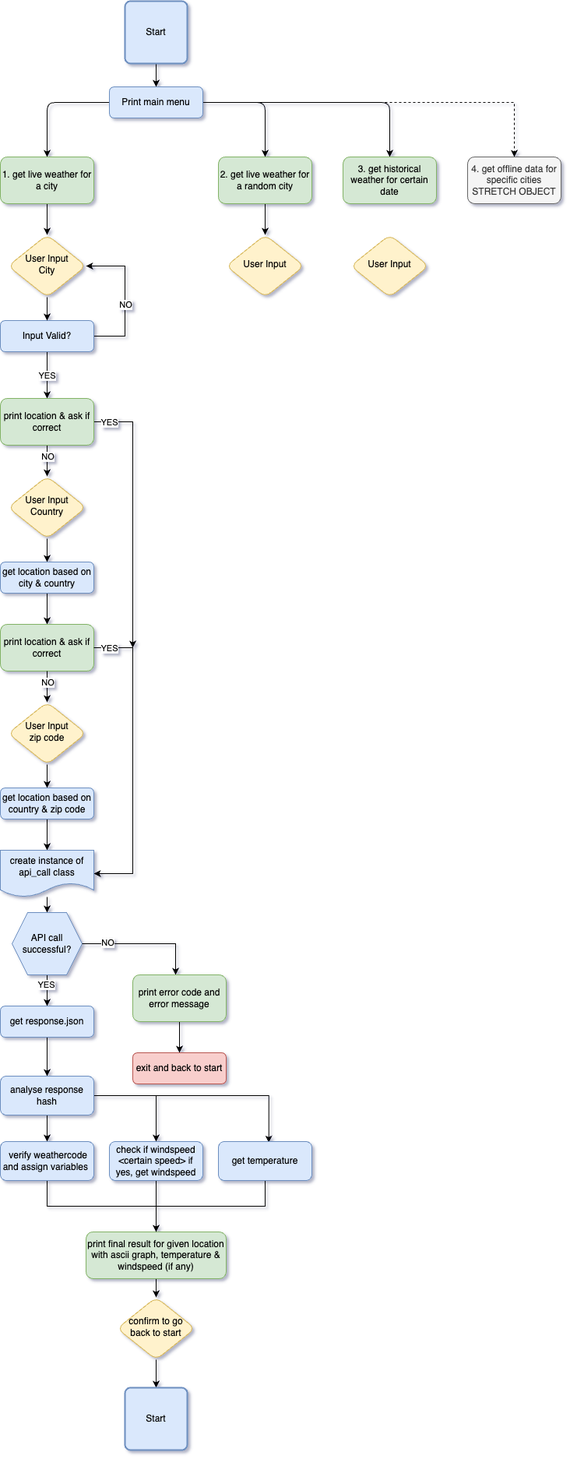
Earlier version of the draw.io export docs/flowchart/sunshine_flowchart.drawio.png (rpf13/sunshine). Source tidied: cells renumbered, new cells last; positions are measured from the earlier drawing's top-left corner, leaving out a move shared by most shapes.
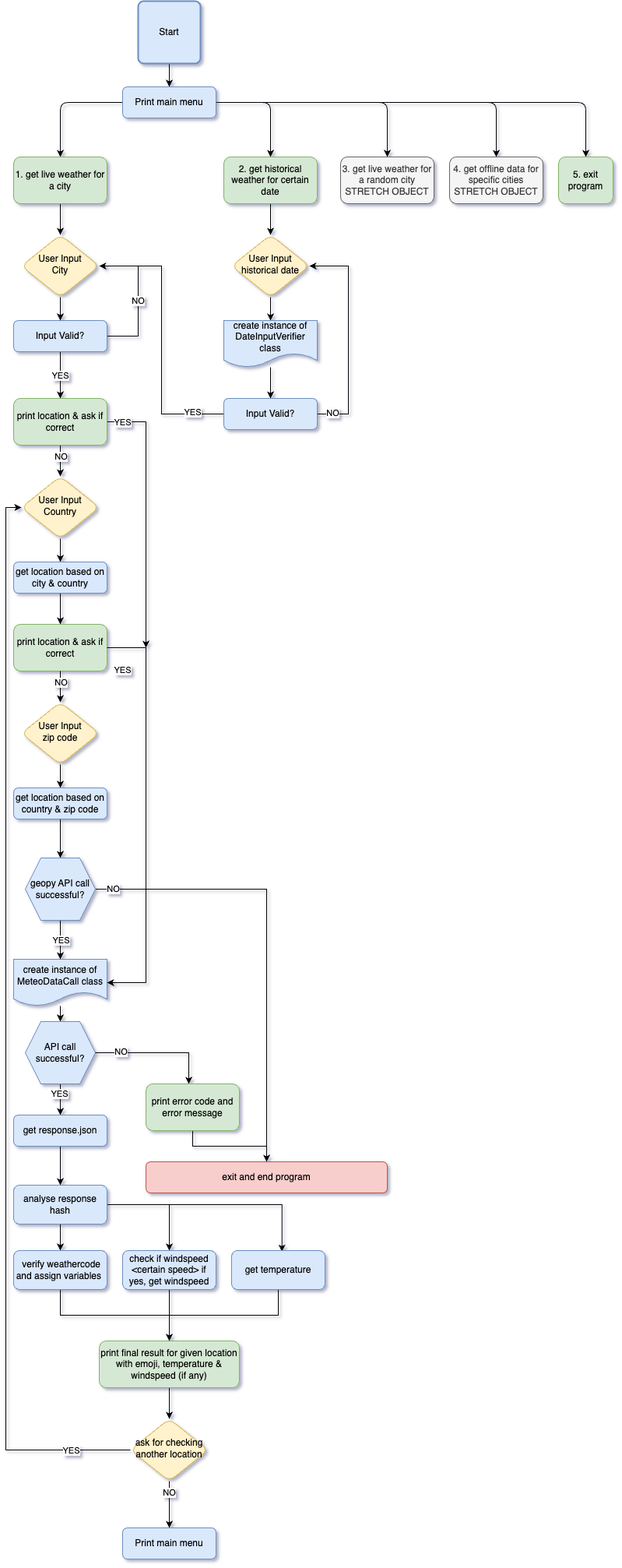
After the change.

Change to the diagram source:
```diff
@@ -17,9 +17,12 @@
     <mxCell id="6" style="edgeStyle=orthogonalEdgeStyle;rounded=1;jettySize=auto;html=1;entryX=0.5;entryY=0;entryDx=0;entryDy=0;" parent="1" edge="1" source="8" target="13">
       <mxGeometry relative="1" as="geometry" />
     </mxCell>
-    <mxCell id="7" style="edgeStyle=orthogonalEdgeStyle;rounded=0;jettySize=auto;html=1;entryX=0.5;entryY=0;entryDx=0;entryDy=0;dashed=1;" parent="1" edge="1" source="8" target="14">
+    <mxCell id="7" style="edgeStyle=orthogonalEdgeStyle;rounded=1;jettySize=auto;html=1;entryX=0.5;entryY=0;entryDx=0;entryDy=0;" parent="1" edge="1" source="8" target="14">
       <mxGeometry relative="1" as="geometry" />
     </mxCell>
+    <mxCell id="69" style="edgeStyle=orthogonalEdgeStyle;rounded=1;jettySize=auto;html=1;" parent="1" edge="1" source="8" target="91">
+      <mxGeometry relative="1" as="geometry" />
+    </mxCell>
     <mxCell id="8" value="Print main menu" style="rounded=1;whiteSpace=wrap;html=1;fontSize=12;glass=0;strokeWidth=1;shadow=0;fillColor=#dae8fc;strokeColor=#6c8ebf;" parent="1" vertex="1">
       <mxGeometry x="140" y="110" width="120" height="40" as="geometry" />
     </mxCell>
@@ -29,21 +32,18 @@
     <mxCell id="10" value="1. get live weather for a city" style="rounded=1;whiteSpace=wrap;html=1;fillColor=#d5e8d4;strokeColor=#82b366;" parent="1" vertex="1">
       <mxGeometry y="200" width="120" height="60" as="geometry" />
     </mxCell>
-    <mxCell id="11" style="edgeStyle=orthogonalEdgeStyle;rounded=0;jettySize=auto;html=1;" parent="1" edge="1" source="12" target="15">
-      <mxGeometry relative="1" as="geometry" />
-    </mxCell>
-    <mxCell id="12" value="2. get live weather for a random city" style="rounded=1;whiteSpace=wrap;html=1;fillColor=#d5e8d4;strokeColor=#82b366;" parent="1" vertex="1">
-      <mxGeometry x="280" y="200" width="120" height="60" as="geometry" />
+    <mxCell id="12" value="3. get live weather for a random city&lt;br&gt;&lt;span style=&quot;color: rgb(51, 51, 51);&quot;&gt;STRETCH OBJECT&lt;/span&gt;" style="rounded=1;whiteSpace=wrap;html=1;fillColor=#f5f5f5;strokeColor=#666666;fontColor=#333333;" parent="1" vertex="1">
+      <mxGeometry x="420" y="200" width="120" height="60" as="geometry" />
     </mxCell>
+    <mxCell id="70" style="edgeStyle=orthogonalEdgeStyle;rounded=0;jettySize=auto;html=1;" parent="1" edge="1" source="13" target="23">
+      <mxGeometry relative="1" as="geometry" />
+    </mxCell>
-    <mxCell id="13" value="3. get historical weather for certain date" style="rounded=1;whiteSpace=wrap;html=1;fillColor=#d5e8d4;strokeColor=#82b366;" parent="1" vertex="1">
-      <mxGeometry x="440" y="200" width="120" height="60" as="geometry" />
+    <mxCell id="13" value="2. get historical weather for certain date" style="rounded=1;whiteSpace=wrap;html=1;fillColor=#d5e8d4;strokeColor=#82b366;" parent="1" vertex="1">
+      <mxGeometry x="270" y="200" width="120" height="60" as="geometry" />
     </mxCell>
     <mxCell id="14" value="4. get offline data for specific cities&lt;br&gt;STRETCH OBJECT" style="rounded=1;whiteSpace=wrap;html=1;fillColor=#f5f5f5;strokeColor=#666666;fontColor=#333333;" parent="1" vertex="1">
-      <mxGeometry x="600" y="200" width="120" height="60" as="geometry" />
+      <mxGeometry x="560" y="200" width="120" height="60" as="geometry" />
     </mxCell>
-    <mxCell id="15" value="User Input" style="rhombus;whiteSpace=wrap;html=1;shadow=0;fontFamily=Helvetica;fontSize=12;align=center;strokeWidth=1;spacing=6;spacingTop=-4;rounded=1;fillColor=#fff2cc;strokeColor=#d6b656;" parent="1" vertex="1">
-      <mxGeometry x="290" y="300" width="100" height="80" as="geometry" />
-    </mxCell>
     <mxCell id="16" style="edgeStyle=orthogonalEdgeStyle;rounded=0;jettySize=auto;html=1;entryX=0.5;entryY=0;entryDx=0;entryDy=0;" parent="1" edge="1" source="20" target="28">
       <mxGeometry relative="1" as="geometry" />
     </mxCell>
@@ -60,9 +60,9 @@
         </Array>
       </mxGeometry>
     </mxCell>
-    <mxCell id="19" value="NO" style="edgeLabel;html=1;align=center;verticalAlign=middle;" parent="18" vertex="1">
-      <mxGeometry x="-0.11" y="-1" relative="1" as="geometry" />
-    </mxCell>
+    <mxCell id="71" value="NO" style="edgeLabel;html=1;align=center;verticalAlign=middle;" parent="18" vertex="1">
+      <mxGeometry x="-0.05" relative="1" as="geometry" />
+    </mxCell>
     <mxCell id="20" value="Input Valid?" style="rounded=1;whiteSpace=wrap;html=1;fontSize=12;glass=0;strokeWidth=1;shadow=0;fillColor=#dae8fc;strokeColor=#6c8ebf;" parent="1" vertex="1">
       <mxGeometry y="410" width="120" height="40" as="geometry" />
     </mxCell>
@@ -72,8 +72,11 @@
     <mxCell id="22" value="User Input&lt;br&gt;City" style="rhombus;whiteSpace=wrap;html=1;shadow=0;fontFamily=Helvetica;fontSize=12;align=center;strokeWidth=1;spacing=6;spacingTop=-4;rounded=1;fillColor=#fff2cc;strokeColor=#d6b656;" parent="1" vertex="1">
       <mxGeometry x="10" y="300" width="100" height="80" as="geometry" />
     </mxCell>
+    <mxCell id="72" style="edgeStyle=orthogonalEdgeStyle;rounded=0;jettySize=auto;html=1;entryX=0.5;entryY=0;entryDx=0;entryDy=0;" parent="1" edge="1" source="23" target="79">
+      <mxGeometry relative="1" as="geometry" />
+    </mxCell>
-    <mxCell id="23" value="User Input" style="rhombus;whiteSpace=wrap;html=1;shadow=0;fontFamily=Helvetica;fontSize=12;align=center;strokeWidth=1;spacing=6;spacingTop=-4;rounded=1;fillColor=#fff2cc;strokeColor=#d6b656;" parent="1" vertex="1">
-      <mxGeometry x="450" y="300" width="100" height="80" as="geometry" />
+    <mxCell id="23" value="User Input&lt;br&gt;historical date" style="rhombus;whiteSpace=wrap;html=1;shadow=0;fontFamily=Helvetica;fontSize=12;align=center;strokeWidth=1;spacing=6;spacingTop=-4;rounded=1;fillColor=#fff2cc;strokeColor=#d6b656;" parent="1" vertex="1">
+      <mxGeometry x="280" y="300" width="100" height="80" as="geometry" />
     </mxCell>
     <mxCell id="24" style="edgeStyle=orthogonalEdgeStyle;rounded=0;jettySize=auto;html=1;" parent="1" edge="1" source="28" target="30">
       <mxGeometry relative="1" as="geometry" />
@@ -114,7 +117,7 @@
         <mxPoint x="120" y="830" as="sourcePoint" />
         <Array as="points">
           <mxPoint x="170" y="830" />
-          <mxPoint x="170" y="1120" />
+          <mxPoint x="170" y="1260" />
         </Array>
       </mxGeometry>
     </mxCell>
@@ -137,7 +140,7 @@
     <mxCell id="39" value="User Input&lt;br&gt;zip code" style="rhombus;whiteSpace=wrap;html=1;shadow=0;fontFamily=Helvetica;fontSize=12;align=center;strokeWidth=1;spacing=6;spacingTop=-4;rounded=1;fillColor=#fff2cc;strokeColor=#d6b656;" parent="1" vertex="1">
       <mxGeometry x="10" y="900" width="100" height="80" as="geometry" />
     </mxCell>
-    <mxCell id="40" style="edgeStyle=orthogonalEdgeStyle;rounded=0;jettySize=auto;html=1;" parent="1" edge="1" source="41" target="43">
+    <mxCell id="40" style="edgeStyle=orthogonalEdgeStyle;rounded=0;jettySize=auto;html=1;entryX=0.5;entryY=0;entryDx=0;entryDy=0;" parent="1" edge="1" source="41" target="84">
       <mxGeometry relative="1" as="geometry" />
     </mxCell>
     <mxCell id="41" value="get location based on country &amp;amp; zip code" style="rounded=1;whiteSpace=wrap;html=1;fontSize=12;glass=0;strokeWidth=1;shadow=0;fillColor=#dae8fc;strokeColor=#6c8ebf;" parent="1" vertex="1">
@@ -146,8 +149,8 @@
     <mxCell id="42" style="edgeStyle=orthogonalEdgeStyle;rounded=0;jettySize=auto;html=1;" parent="1" edge="1" source="43" target="46">
       <mxGeometry relative="1" as="geometry" />
     </mxCell>
-    <mxCell id="43" value="create instance of api_call class" style="shape=document;whiteSpace=wrap;html=1;boundedLbl=1;fillColor=#dae8fc;strokeColor=#6c8ebf;" parent="1" vertex="1">
-      <mxGeometry y="1090" width="120" height="60" as="geometry" />
+    <mxCell id="43" value="create instance of MeteoDataCall class" style="shape=document;whiteSpace=wrap;html=1;boundedLbl=1;fillColor=#dae8fc;strokeColor=#6c8ebf;" parent="1" vertex="1">
+      <mxGeometry y="1230" width="120" height="60" as="geometry" />
     </mxCell>
     <mxCell id="44" style="edgeStyle=orthogonalEdgeStyle;rounded=0;jettySize=auto;html=1;" parent="1" edge="1" source="46" target="53">
       <mxGeometry relative="1" as="geometry" />
@@ -156,12 +159,12 @@
       <mxGeometry x="-0.37" y="-1" relative="1" as="geometry" />
     </mxCell>
     <mxCell id="46" value="API call successful?&lt;br&gt;" style="shape=hexagon;perimeter=hexagonPerimeter2;whiteSpace=wrap;html=1;fixedSize=1;fillColor=#dae8fc;strokeColor=#6c8ebf;" parent="1" vertex="1">
-      <mxGeometry x="15" y="1170" width="90" height="80" as="geometry" />
+      <mxGeometry x="15" y="1310" width="90" height="80" as="geometry" />
     </mxCell>
     <mxCell id="47" style="edgeStyle=orthogonalEdgeStyle;rounded=0;orthogonalLoop=1;jettySize=auto;html=1;" parent="1" edge="1">
       <mxGeometry x="1" y="-344" relative="1" as="geometry">
-        <mxPoint x="105" y="1210" as="sourcePoint" />
-        <mxPoint x="225" y="1250" as="targetPoint" />
+        <mxPoint x="105" y="1350" as="sourcePoint" />
+        <mxPoint x="225" y="1390" as="targetPoint" />
         <mxPoint x="294" y="340" as="offset" />
       </mxGeometry>
     </mxCell>
@@ -172,16 +175,16 @@
       <mxGeometry relative="1" as="geometry" />
     </mxCell>
     <mxCell id="50" value="print error code and error message" style="rounded=1;whiteSpace=wrap;html=1;fillColor=#d5e8d4;strokeColor=#82b366;" parent="1" vertex="1">
-      <mxGeometry x="170" y="1250" width="120" height="60" as="geometry" />
+      <mxGeometry x="170" y="1390" width="120" height="60" as="geometry" />
     </mxCell>
-    <mxCell id="51" value="exit and back to start" style="rounded=1;whiteSpace=wrap;html=1;fontSize=12;glass=0;strokeWidth=1;shadow=0;fillColor=#f8cecc;strokeColor=#b85450;" parent="1" vertex="1">
-      <mxGeometry x="170" y="1350" width="120" height="40" as="geometry" />
+    <mxCell id="51" value="exit and end program" style="rounded=1;whiteSpace=wrap;html=1;fontSize=12;glass=0;strokeWidth=1;shadow=0;fillColor=#f8cecc;strokeColor=#b85450;" parent="1" vertex="1">
+      <mxGeometry x="170" y="1490" width="310" height="40" as="geometry" />
     </mxCell>
     <mxCell id="52" style="edgeStyle=orthogonalEdgeStyle;rounded=0;jettySize=auto;html=1;" parent="1" edge="1" source="53" target="57">
       <mxGeometry relative="1" as="geometry" />
     </mxCell>
     <mxCell id="53" value="get response.json" style="rounded=1;whiteSpace=wrap;html=1;fontSize=12;glass=0;strokeWidth=1;shadow=0;fillColor=#dae8fc;strokeColor=#6c8ebf;" parent="1" vertex="1">
-      <mxGeometry y="1290" width="120" height="40" as="geometry" />
+      <mxGeometry y="1430" width="120" height="40" as="geometry" />
     </mxCell>
     <mxCell id="54" style="edgeStyle=orthogonalEdgeStyle;rounded=0;jettySize=auto;html=1;" parent="1" edge="1" source="57" target="63">
       <mxGeometry relative="1" as="geometry" />
@@ -193,40 +196,94 @@
       <mxGeometry relative="1" as="geometry" />
     </mxCell>
     <mxCell id="57" value="analyse response hash" style="rounded=1;whiteSpace=wrap;html=1;fontSize=12;glass=0;strokeWidth=1;shadow=0;fillColor=#dae8fc;strokeColor=#6c8ebf;" parent="1" vertex="1">
-      <mxGeometry y="1380" width="120" height="50" as="geometry" />
+      <mxGeometry y="1520" width="120" height="50" as="geometry" />
     </mxCell>
-    <mxCell id="58" style="edgeStyle=orthogonalEdgeStyle;rounded=0;jettySize=auto;html=1;" parent="1" edge="1" source="59" target="67">
-      <mxGeometry relative="1" as="geometry" />
-    </mxCell>
+    <mxCell id="73" style="edgeStyle=orthogonalEdgeStyle;rounded=0;jettySize=auto;html=1;" parent="1" edge="1" source="59" target="89">
+      <mxGeometry relative="1" as="geometry" />
+    </mxCell>
-    <mxCell id="59" value="print final result for given location with ascii graph, temperature &amp;amp; windspeed (if any)" style="rounded=1;whiteSpace=wrap;html=1;fillColor=#d5e8d4;strokeColor=#82b366;" parent="1" vertex="1">
-      <mxGeometry x="110" y="1580" width="180" height="60" as="geometry" />
+    <mxCell id="59" value="print final result for given location with emoji, temperature &amp;amp; windspeed (if any)" style="rounded=1;whiteSpace=wrap;html=1;fillColor=#d5e8d4;strokeColor=#82b366;" parent="1" vertex="1">
+      <mxGeometry x="110" y="1720" width="180" height="60" as="geometry" />
     </mxCell>
     <mxCell id="60" style="edgeStyle=orthogonalEdgeStyle;rounded=0;jettySize=auto;html=1;" parent="1" edge="1" source="61" target="59">
       <mxGeometry relative="1" as="geometry" />
     </mxCell>
     <mxCell id="61" value="check if windspeed &amp;lt;certain speed&amp;gt; if yes, get windspeed" style="rounded=1;whiteSpace=wrap;html=1;fontSize=12;glass=0;strokeWidth=1;shadow=0;fillColor=#dae8fc;strokeColor=#6c8ebf;" parent="1" vertex="1">
-      <mxGeometry x="140" y="1464" width="120" height="50" as="geometry" />
+      <mxGeometry x="140" y="1604" width="120" height="50" as="geometry" />
     </mxCell>
     <mxCell id="62" style="edgeStyle=orthogonalEdgeStyle;rounded=0;jettySize=auto;html=1;" parent="1" edge="1" source="63" target="59">
       <mxGeometry relative="1" as="geometry" />
     </mxCell>
     <mxCell id="63" value="&amp;nbsp;verify weathercode and assign variables&amp;nbsp;" style="rounded=1;whiteSpace=wrap;html=1;fontSize=12;glass=0;strokeWidth=1;shadow=0;fillColor=#dae8fc;strokeColor=#6c8ebf;" parent="1" vertex="1">
-      <mxGeometry y="1464" width="120" height="50" as="geometry" />
+      <mxGeometry y="1604" width="120" height="50" as="geometry" />
     </mxCell>
     <mxCell id="64" style="edgeStyle=orthogonalEdgeStyle;rounded=0;jettySize=auto;html=1;exitX=0.5;exitY=1;exitDx=0;exitDy=0;entryX=0.5;entryY=0;entryDx=0;entryDy=0;" parent="1" edge="1" source="65" target="59">
       <mxGeometry relative="1" as="geometry" />
     </mxCell>
     <mxCell id="65" value="get temperature" style="rounded=1;whiteSpace=wrap;html=1;fontSize=12;glass=0;strokeWidth=1;shadow=0;fillColor=#dae8fc;strokeColor=#6c8ebf;" parent="1" vertex="1">
-      <mxGeometry x="280" y="1464" width="120" height="50" as="geometry" />
+      <mxGeometry x="280" y="1604" width="120" height="50" as="geometry" />
     </mxCell>
-    <mxCell id="66" style="edgeStyle=orthogonalEdgeStyle;rounded=0;jettySize=auto;html=1;" parent="1" edge="1" source="67" target="68">
-      <mxGeometry relative="1" as="geometry" />
-    </mxCell>
-    <mxCell id="67" value="confirm to go back to start" style="rhombus;whiteSpace=wrap;html=1;shadow=0;fontFamily=Helvetica;fontSize=12;align=center;strokeWidth=1;spacing=6;spacingTop=-4;rounded=1;fillColor=#fff2cc;strokeColor=#d6b656;" parent="1" vertex="1">
-      <mxGeometry x="150" y="1664" width="100" height="80" as="geometry" />
-    </mxCell>
-    <mxCell id="68" value="Start" style="rounded=1;whiteSpace=wrap;html=1;absoluteArcSize=1;arcSize=14;strokeWidth=2;fillColor=#dae8fc;strokeColor=#6c8ebf;" parent="1" vertex="1">
-      <mxGeometry x="160" y="1780" width="80" height="80" as="geometry" />
-    </mxCell>
+    <mxCell id="74" style="edgeStyle=orthogonalEdgeStyle;rounded=0;jettySize=auto;html=1;entryX=1;entryY=0.5;entryDx=0;entryDy=0;exitX=1;exitY=0.5;exitDx=0;exitDy=0;" parent="1" edge="1" source="92">
+      <mxGeometry relative="1" as="geometry">
+        <mxPoint x="380" y="340" as="targetPoint" />
+        <Array as="points">
+          <mxPoint x="430" y="530" />
+          <mxPoint x="430" y="340" />
+        </Array>
+      </mxGeometry>
+    </mxCell>
+    <mxCell id="75" value="NO" style="edgeLabel;html=1;align=center;verticalAlign=middle;" parent="74" vertex="1">
+      <mxGeometry x="-0.86" y="1" relative="1" as="geometry" />
+    </mxCell>
+    <mxCell id="76" style="edgeStyle=orthogonalEdgeStyle;rounded=0;jettySize=auto;html=1;entryX=1;entryY=0.5;entryDx=0;entryDy=0;exitX=0;exitY=0.5;exitDx=0;exitDy=0;" parent="1" edge="1" source="92" target="22">
+      <mxGeometry relative="1" as="geometry" />
+    </mxCell>
+    <mxCell id="77" value="YES" style="edgeLabel;html=1;align=center;verticalAlign=middle;" parent="76" vertex="1">
+      <mxGeometry x="-0.77" y="-2" relative="1" as="geometry" />
+    </mxCell>
+    <mxCell id="78" style="edgeStyle=orthogonalEdgeStyle;rounded=0;jettySize=auto;html=1;" parent="1" edge="1" source="79" target="92">
+      <mxGeometry relative="1" as="geometry" />
+    </mxCell>
+    <mxCell id="79" value="create instance of DateInputVerifier class" style="shape=document;whiteSpace=wrap;html=1;boundedLbl=1;fillColor=#dae8fc;strokeColor=#6c8ebf;" parent="1" vertex="1">
+      <mxGeometry x="270" y="410" width="120" height="60" as="geometry" />
+    </mxCell>
+    <mxCell id="80" style="edgeStyle=orthogonalEdgeStyle;rounded=0;jettySize=auto;html=1;" parent="1" edge="1" source="84" target="43">
+      <mxGeometry relative="1" as="geometry" />
+    </mxCell>
+    <mxCell id="81" value="YES" style="edgeLabel;html=1;align=center;verticalAlign=middle;" parent="80" vertex="1">
+      <mxGeometry x="0.01" y="1" relative="1" as="geometry" />
+    </mxCell>
+    <mxCell id="82" style="edgeStyle=orthogonalEdgeStyle;rounded=0;jettySize=auto;html=1;entryX=0.5;entryY=0;entryDx=0;entryDy=0;" parent="1" edge="1" source="84" target="51">
+      <mxGeometry relative="1" as="geometry" />
+    </mxCell>
+    <mxCell id="83" value="NO" style="edgeLabel;html=1;align=center;verticalAlign=middle;" parent="82" vertex="1">
+      <mxGeometry x="-0.92" relative="1" as="geometry" />
+    </mxCell>
+    <mxCell id="84" value="geopy API call successful?" style="shape=hexagon;perimeter=hexagonPerimeter2;whiteSpace=wrap;html=1;fixedSize=1;fillColor=#dae8fc;strokeColor=#6c8ebf;" parent="1" vertex="1">
+      <mxGeometry x="15" y="1100" width="90" height="80" as="geometry" />
+    </mxCell>
+    <mxCell id="85" style="edgeStyle=orthogonalEdgeStyle;rounded=0;jettySize=auto;html=1;entryX=0;entryY=0.5;entryDx=0;entryDy=0;" parent="1" edge="1" source="89" target="30">
+      <mxGeometry relative="1" as="geometry" />
+    </mxCell>
+    <mxCell id="86" value="YES" style="edgeLabel;html=1;align=center;verticalAlign=middle;" parent="85" vertex="1">
+      <mxGeometry x="-0.89" y="1" relative="1" as="geometry" />
+    </mxCell>
+    <mxCell id="87" style="edgeStyle=orthogonalEdgeStyle;rounded=0;jettySize=auto;html=1;" parent="1" edge="1" source="89" target="90">
+      <mxGeometry relative="1" as="geometry" />
+    </mxCell>
+    <mxCell id="88" value="NO" style="edgeLabel;html=1;align=center;verticalAlign=middle;" parent="87" vertex="1">
+      <mxGeometry x="-0.51" relative="1" as="geometry" />
+    </mxCell>
+    <mxCell id="89" value="ask for checking another location" style="rhombus;whiteSpace=wrap;html=1;shadow=0;fontFamily=Helvetica;fontSize=12;align=center;strokeWidth=1;spacing=6;spacingTop=-4;rounded=1;fillColor=#fff2cc;strokeColor=#d6b656;" parent="1" vertex="1">
+      <mxGeometry x="150" y="1820" width="100" height="80" as="geometry" />
+    </mxCell>
+    <mxCell id="90" value="Print main menu" style="rounded=1;whiteSpace=wrap;html=1;fontSize=12;glass=0;strokeWidth=1;shadow=0;fillColor=#dae8fc;strokeColor=#6c8ebf;" parent="1" vertex="1">
+      <mxGeometry x="140" y="1960" width="120" height="40" as="geometry" />
+    </mxCell>
+    <mxCell id="91" value="5. exit program" style="rounded=1;whiteSpace=wrap;html=1;fillColor=#d5e8d4;strokeColor=#82b366;" parent="1" vertex="1">
+      <mxGeometry x="700" y="200" width="70" height="60" as="geometry" />
+    </mxCell>
+    <mxCell id="92" value="Input Valid?" style="rounded=1;whiteSpace=wrap;html=1;fontSize=12;glass=0;strokeWidth=1;shadow=0;fillColor=#dae8fc;strokeColor=#6c8ebf;" parent="1" vertex="1">
+      <mxGeometry x="270" y="510" width="120" height="40" as="geometry" />
+    </mxCell>
   </root>
 </mxGraphModel>
```
